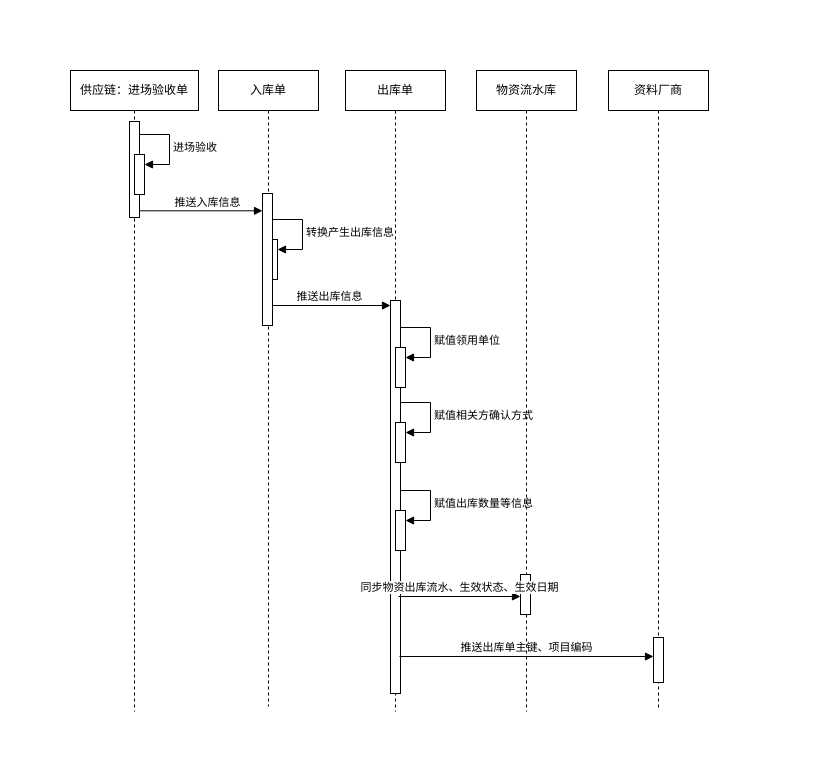
The draw.io diagram page "出库管理-供应链推送方式" (5 of 5) of 未命名绘图.drawio in haomii/Ada, before the edit. Source tidied: cells renumbered, new cells numbered last; positions are measured from the earlier drawing's top-left corner, leaving out a move shared by most shapes. Both pictures are drawn from the tidied source at 100%, with x=0, y=0 at pixel (70, 70).
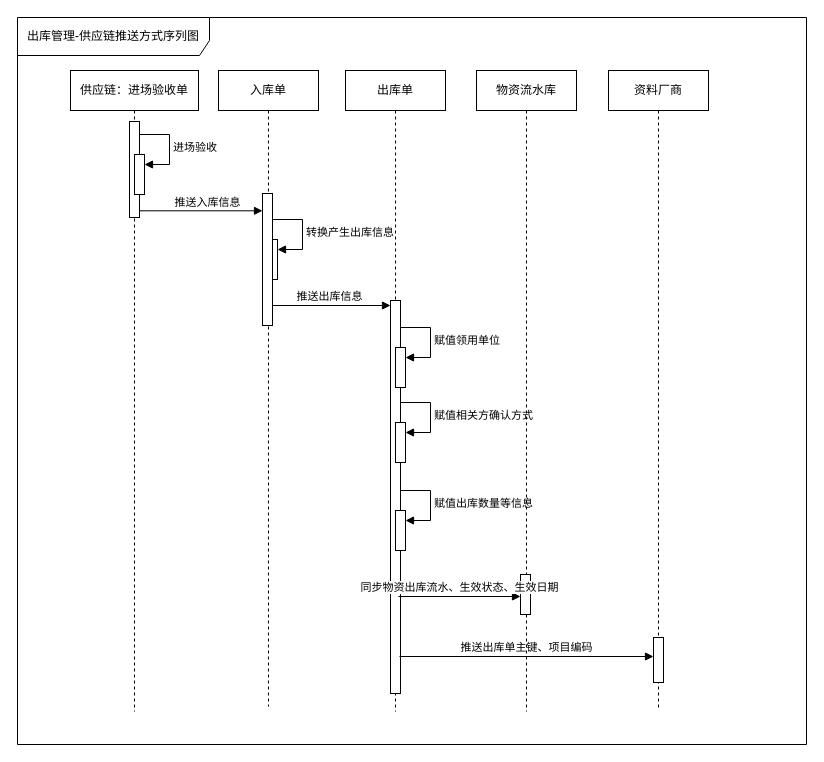
After the change.

The edit, as a diff of the source:
```diff
@@
+    <mxCell id="27" value="出库管理-供应链推送方式序列图" style="shape=umlFrame;whiteSpace=wrap;html=1;width=192;height=38;" parent="1" vertex="1">
+      <mxGeometry x="-53" y="-53" width="789" height="727" as="geometry" />
+    </mxCell>
```
